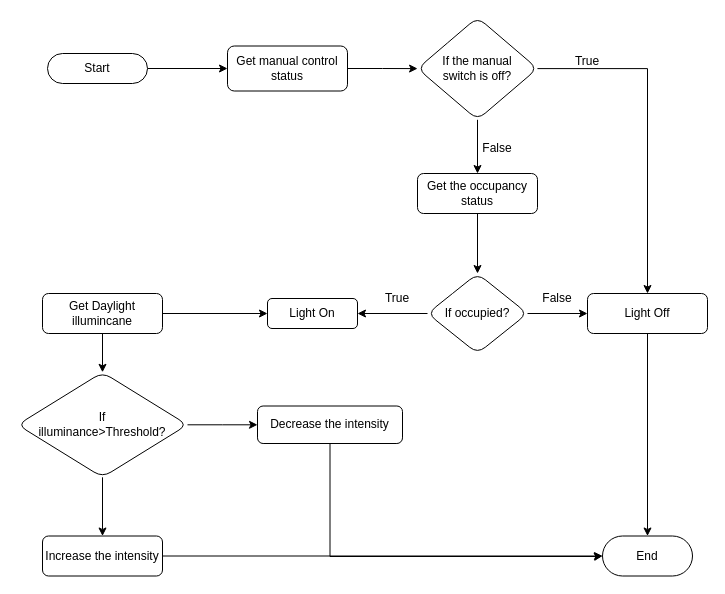
Before: Group_G/_flows/Occupancy-Based Light Control.drawio in cepdnaclk/e17-co326-Smart-Building, a draw.io diagram. Source tidied: cells renumbered, new cells numbered last; positions are measured from the earlier drawing's top-left corner, leaving out a move shared by most shapes. Both pictures are drawn from the tidied source at 100%, with x=0, y=0 at pixel (17, 17).
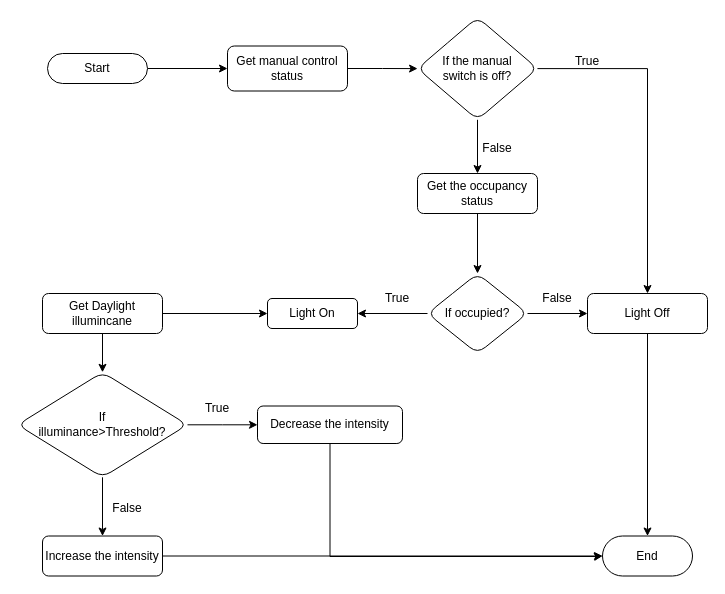
The same page after the edit.

Commit message:
occupancy flow

Diff of the diagram source:
```diff
@@
+    <mxCell id="32" value="True" style="text;html=1;strokeColor=none;fillColor=none;align=center;verticalAlign=middle;whiteSpace=wrap;rounded=0;" parent="1" vertex="1">
+      <mxGeometry x="170" y="376" width="60" height="30" as="geometry" />
+    </mxCell>
+    <mxCell id="33" value="False" style="text;html=1;strokeColor=none;fillColor=none;align=center;verticalAlign=middle;whiteSpace=wrap;rounded=0;" parent="1" vertex="1">
+      <mxGeometry x="80" y="476" width="60" height="30" as="geometry" />
+    </mxCell>
```
